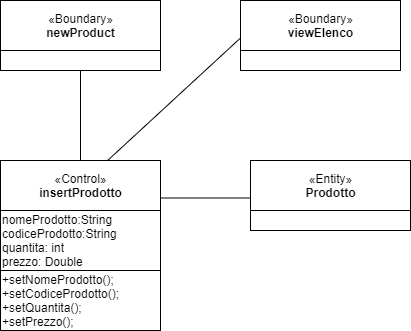
Earlier version of the draw.io export Object&SequenceDiagram/OD_6.png (Ciro-Fusco/NewDM). Source tidied: cells renumbered, new cells last; positions are measured from the earlier drawing's top-left corner, leaving out a move shared by most shapes. Source of this version:
```xml
<mxGraphModel>
  <root>
    <mxCell id="0" />
    <mxCell id="1" parent="0" />
    <mxCell id="2" value="«Boundary»&lt;br&gt;&lt;b&gt;newProduct&lt;/b&gt;" style="html=1;" parent="1" vertex="1">
      <mxGeometry width="160" height="50" as="geometry" />
    </mxCell>
    <mxCell id="3" value="«Control»&lt;br&gt;&lt;b&gt;insertProdotto&lt;/b&gt;" style="html=1;" parent="1" vertex="1">
      <mxGeometry y="160" width="160" height="50" as="geometry" />
    </mxCell>
    <mxCell id="4" style="endArrow=none;html=1;exitX=0.5;exitY=0;exitDx=0;exitDy=0;" parent="1" edge="1" source="3" target="5">
      <mxGeometry relative="1" as="geometry" />
    </mxCell>
    <mxCell id="5" style="rounded=0;whiteSpace=wrap;html=1;align=left;" parent="1" vertex="1">
      <mxGeometry y="50" width="160" height="20" as="geometry" />
    </mxCell>
    <mxCell id="6" value="+setNomeProdotto();&lt;br&gt;+setCodiceProdotto();&lt;br&gt;+setQuantita();&lt;br&gt;+setPrezzo();" style="rounded=0;whiteSpace=wrap;html=1;align=left;" parent="1" vertex="1">
      <mxGeometry y="270" width="160" height="60" as="geometry" />
    </mxCell>
    <mxCell id="7" value="«Entity»&lt;br&gt;&lt;b&gt;Prodotto&lt;/b&gt;" style="html=1;" parent="1" vertex="1">
      <mxGeometry x="250" y="160" width="160" height="50" as="geometry" />
    </mxCell>
    <mxCell id="8" style="endArrow=none;html=1;entryX=0;entryY=0.75;entryDx=0;entryDy=0;" parent="1" edge="1" source="3" target="11">
      <mxGeometry relative="1" as="geometry" />
    </mxCell>
    <mxCell id="9" style="endArrow=none;html=1;exitX=1;exitY=0.75;exitDx=0;exitDy=0;entryX=0;entryY=0.75;entryDx=0;entryDy=0;" parent="1" edge="1" source="3" target="7">
      <mxGeometry relative="1" as="geometry" />
    </mxCell>
    <mxCell id="10" value="nomeProdotto:String&lt;br&gt;codiceProdotto:String&lt;br&gt;quantita: int&lt;br&gt;prezzo: Double" style="html=1;align=left;" parent="1" vertex="1">
      <mxGeometry y="210" width="160" height="60" as="geometry" />
    </mxCell>
    <mxCell id="11" value="«Boundary»&lt;br&gt;&lt;b&gt;viewElenco&lt;/b&gt;" style="html=1;" parent="1" vertex="1">
      <mxGeometry x="240" width="160" height="50" as="geometry" />
    </mxCell>
    <mxCell id="12" style="html=1;" parent="1" vertex="1">
      <mxGeometry x="240" y="50" width="160" height="20" as="geometry" />
    </mxCell>
    <mxCell id="13" style="html=1;" parent="1" vertex="1">
      <mxGeometry x="250" y="210" width="160" height="20" as="geometry" />
    </mxCell>
  </root>
</mxGraphModel>
```
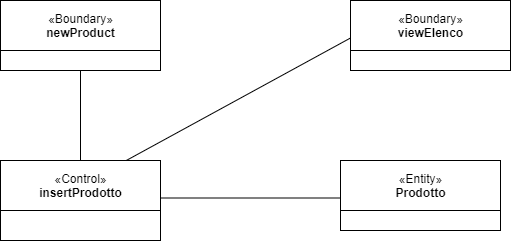
After the change.

Diff of the diagram source:
```diff
@@ -14,11 +14,8 @@
     <mxCell id="5" style="rounded=0;whiteSpace=wrap;html=1;align=left;" parent="1" vertex="1">
       <mxGeometry y="50" width="160" height="20" as="geometry" />
     </mxCell>
-    <mxCell id="6" value="+setNomeProdotto();&lt;br&gt;+setCodiceProdotto();&lt;br&gt;+setQuantita();&lt;br&gt;+setPrezzo();" style="rounded=0;whiteSpace=wrap;html=1;align=left;" parent="1" vertex="1">
-      <mxGeometry y="270" width="160" height="60" as="geometry" />
-    </mxCell>
     <mxCell id="7" value="«Entity»&lt;br&gt;&lt;b&gt;Prodotto&lt;/b&gt;" style="html=1;" parent="1" vertex="1">
-      <mxGeometry x="250" y="160" width="160" height="50" as="geometry" />
+      <mxGeometry x="340" y="160" width="160" height="50" as="geometry" />
     </mxCell>
     <mxCell id="8" style="endArrow=none;html=1;entryX=0;entryY=0.75;entryDx=0;entryDy=0;" parent="1" edge="1" source="3" target="11">
       <mxGeometry relative="1" as="geometry" />
@@ -26,17 +23,17 @@
     <mxCell id="9" style="endArrow=none;html=1;exitX=1;exitY=0.75;exitDx=0;exitDy=0;entryX=0;entryY=0.75;entryDx=0;entryDy=0;" parent="1" edge="1" source="3" target="7">
       <mxGeometry relative="1" as="geometry" />
     </mxCell>
-    <mxCell id="10" value="nomeProdotto:String&lt;br&gt;codiceProdotto:String&lt;br&gt;quantita: int&lt;br&gt;prezzo: Double" style="html=1;align=left;" parent="1" vertex="1">
-      <mxGeometry y="210" width="160" height="60" as="geometry" />
+    <mxCell id="10" style="html=1;align=left;" parent="1" vertex="1">
+      <mxGeometry y="210" width="160" height="30" as="geometry" />
     </mxCell>
     <mxCell id="11" value="«Boundary»&lt;br&gt;&lt;b&gt;viewElenco&lt;/b&gt;" style="html=1;" parent="1" vertex="1">
-      <mxGeometry x="240" width="160" height="50" as="geometry" />
+      <mxGeometry x="350" width="160" height="50" as="geometry" />
     </mxCell>
     <mxCell id="12" style="html=1;" parent="1" vertex="1">
-      <mxGeometry x="240" y="50" width="160" height="20" as="geometry" />
+      <mxGeometry x="350" y="50" width="160" height="20" as="geometry" />
     </mxCell>
     <mxCell id="13" style="html=1;" parent="1" vertex="1">
-      <mxGeometry x="250" y="210" width="160" height="20" as="geometry" />
+      <mxGeometry x="340" y="210" width="160" height="20" as="geometry" />
     </mxCell>
   </root>
 </mxGraphModel>
```
